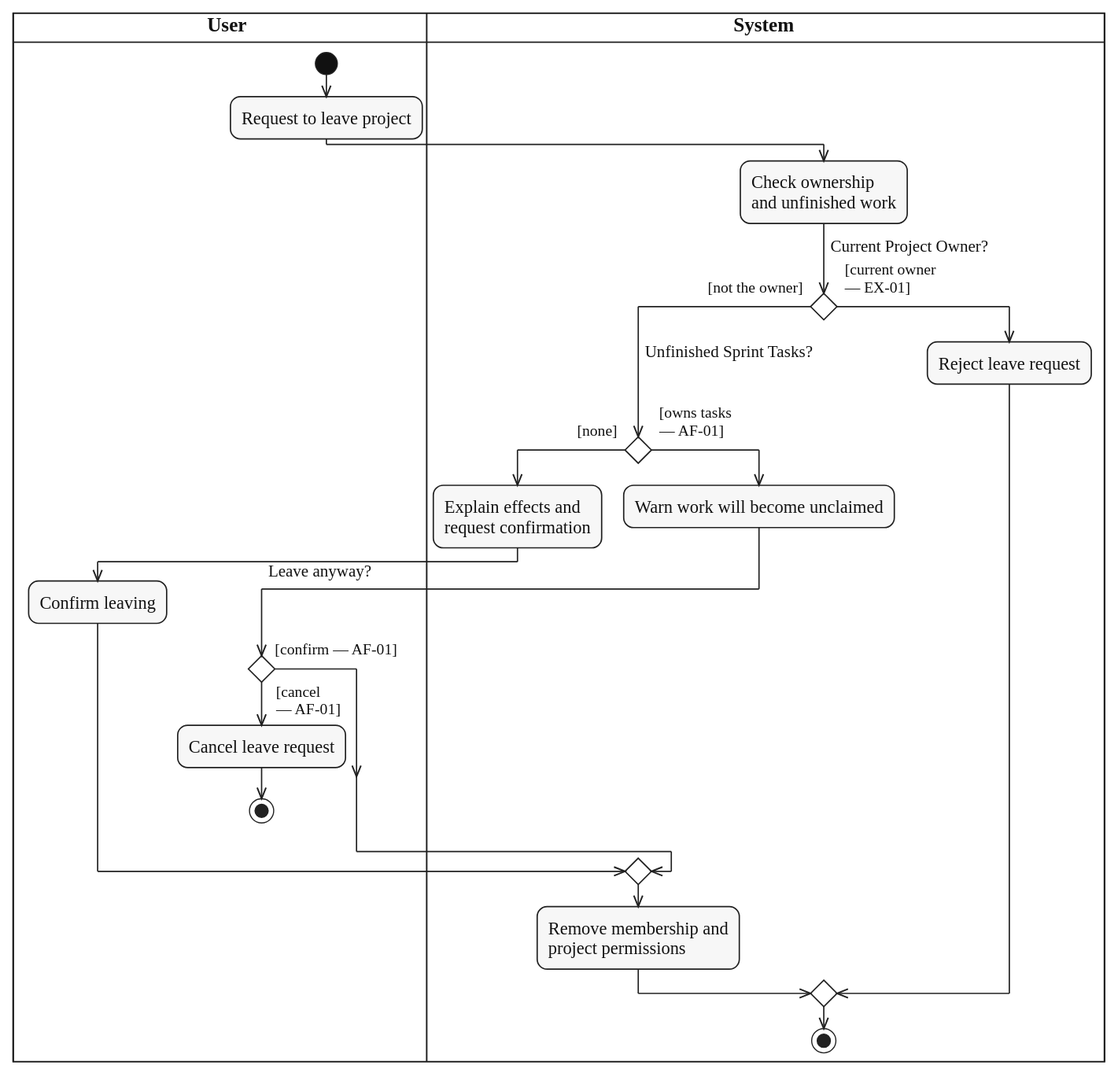
Above: diagrams/activity/project-membership/svg/UC-PROJECT-LEAVE.svg in lukenab/swd392-doc-automation (PlantUML), before the change. Its source is kept beside it as diagrams/activity/project-membership/source/UC-PROJECT-LEAVE.puml.
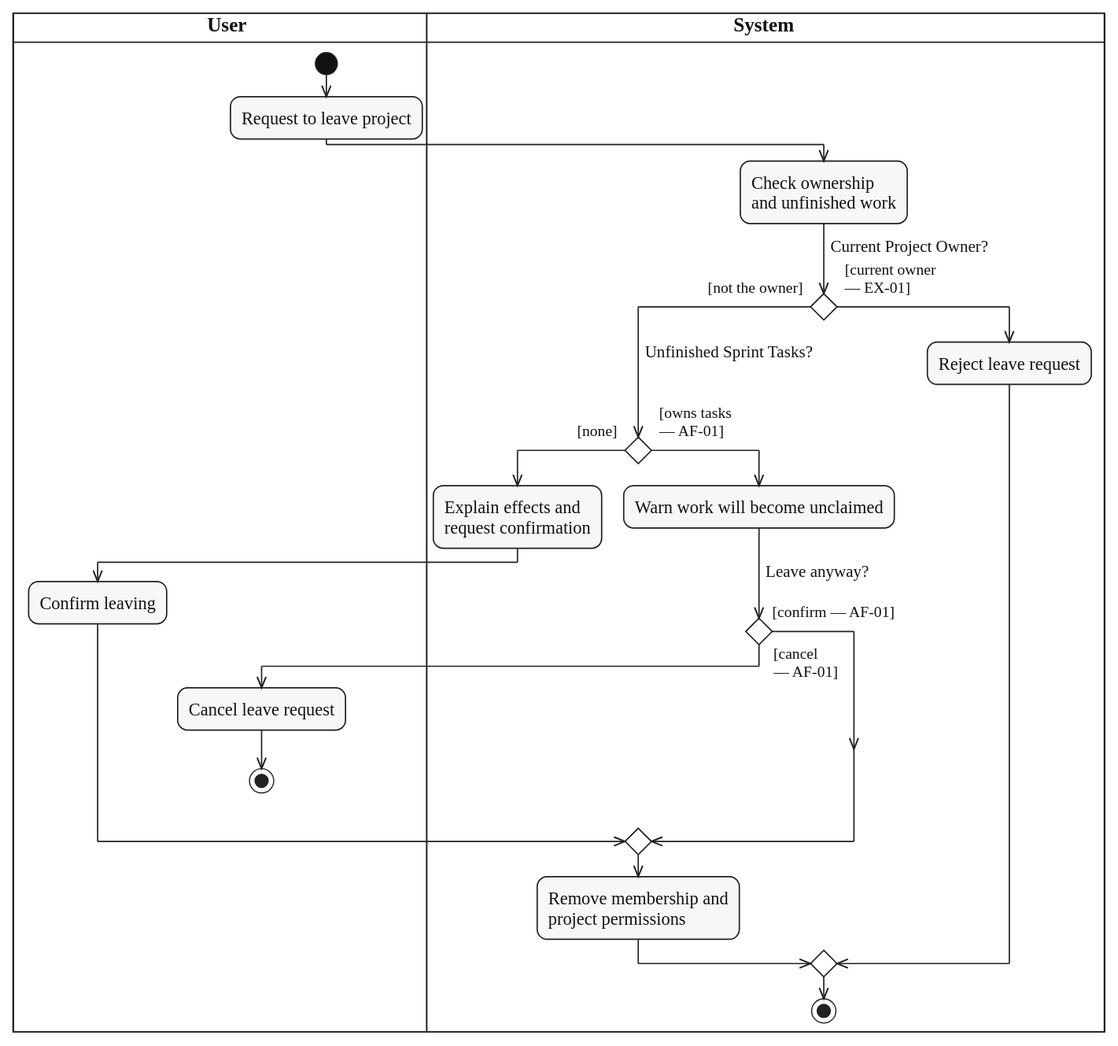
The same diagram one commit later.

Diff of the diagram source:
```diff
@@ -19,9 +19,9 @@
   else ($guard_right("[owns tasks", "— AF-01]"))
     |SYS|
     :Warn work will become unclaimed;
-    |USR|
-    if ($question_x("Leave anyway?")) then ($guard_left("[confirm — AF-01]"))
+    if ($question("Leave anyway?")) then ($guard_left("[confirm — AF-01]"))
     else ($guard_right("[cancel", "— AF-01]"))
+      |USR|
       :Cancel leave request;
       stop
     endif
```
